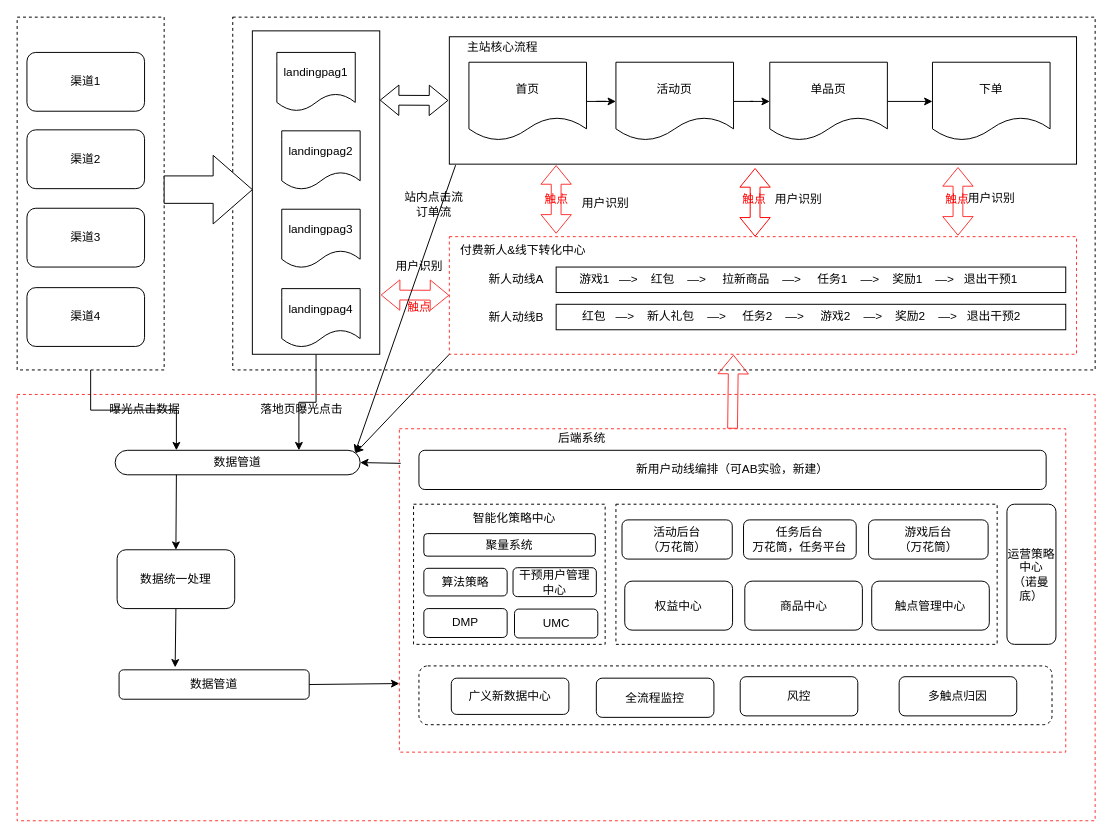
The draw.io diagram 广义新架构.drawio in lishanlin/doc, before the edit. Source tidied: cells renumbered, new cells numbered last; positions are measured from the earlier drawing's top-left corner, leaving out a move shared by most shapes. Both pictures are drawn from the tidied source at 98%, with x=0, y=0 at pixel (17, 17).
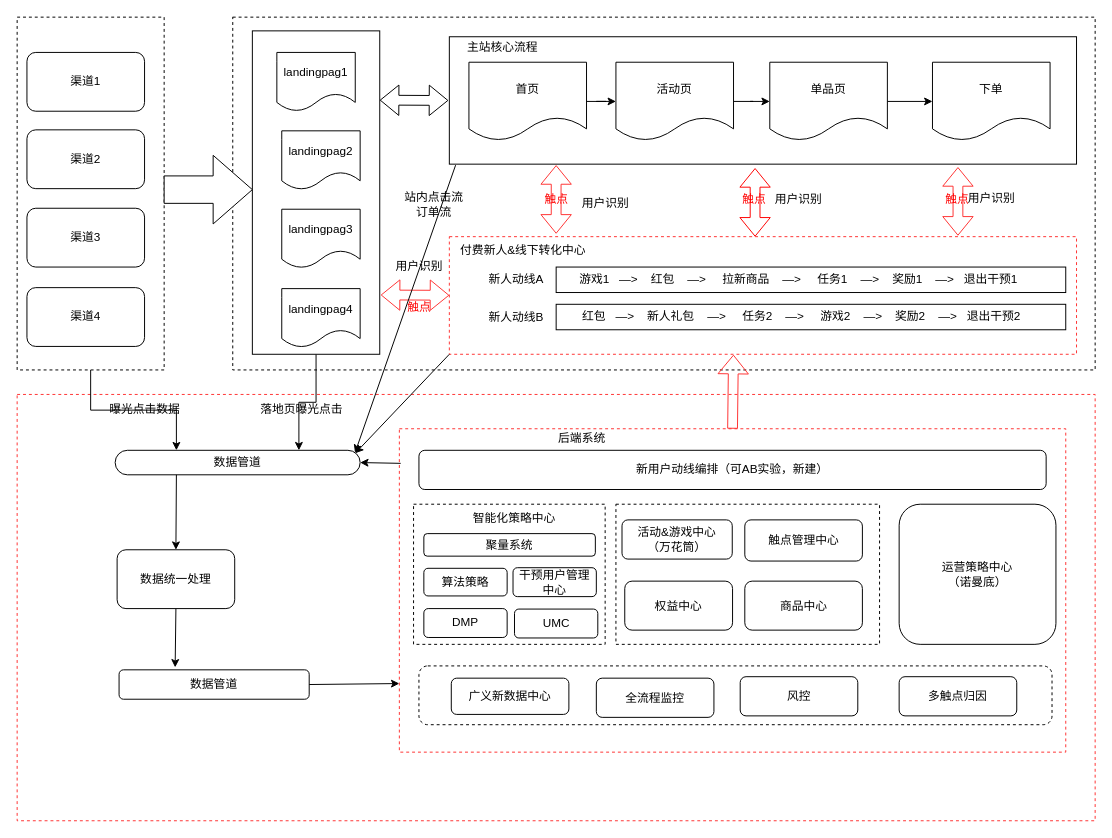
The same diagram, later.

Commit message:
更新广义新架构.drawio

What changed in the source:
```diff
@@
     <mxCell id="48" style="rounded=0;whiteSpace=wrap;html=1;dashed=1;" parent="1" vertex="1">
-      <mxGeometry x="611" y="497" width="389" height="143" as="geometry" />
+      <mxGeometry x="611" y="497" width="269" height="143" as="geometry" />
     </mxCell>
-    <mxCell id="49" value="活动后台&lt;br&gt;（万花筒）" style="rounded=1;whiteSpace=wrap;html=1;" parent="1" vertex="1">
+    <mxCell id="49" value="活动&amp;amp;游戏中心&lt;br&gt;（万花筒）" style="rounded=1;whiteSpace=wrap;html=1;" parent="1" vertex="1">
       <mxGeometry x="617.2" y="513" width="112.5" height="40" as="geometry" />
     </mxCell>
@@
     <mxCell id="52" value="运营策略中心&lt;br&gt;（诺曼底）" style="rounded=1;whiteSpace=wrap;html=1;" parent="1" vertex="1">
-      <mxGeometry x="1010" y="497" width="50" height="143" as="geometry" />
+      <mxGeometry x="900" y="497" width="160" height="143" as="geometry" />
     </mxCell>
@@
     <mxCell id="55" value="触点管理中心" style="rounded=1;whiteSpace=wrap;html=1;" parent="1" vertex="1">
-      <mxGeometry x="872" y="575.5" width="120" height="50" as="geometry" />
+      <mxGeometry x="742.5" y="513" width="120" height="42" as="geometry" />
     </mxCell>
-    <mxCell id="56" value="任务后台&lt;br&gt;万花筒，任务平台" style="rounded=1;whiteSpace=wrap;html=1;" parent="1" vertex="1">
-      <mxGeometry x="741.2" y="513" width="115" height="40" as="geometry" />
-    </mxCell>
-    <mxCell id="57" value="游戏后台&lt;br&gt;（万花筒）" style="rounded=1;whiteSpace=wrap;html=1;" parent="1" vertex="1">
-      <mxGeometry x="868.8" y="513" width="122" height="40" as="geometry" />
-    </mxCell>
```
